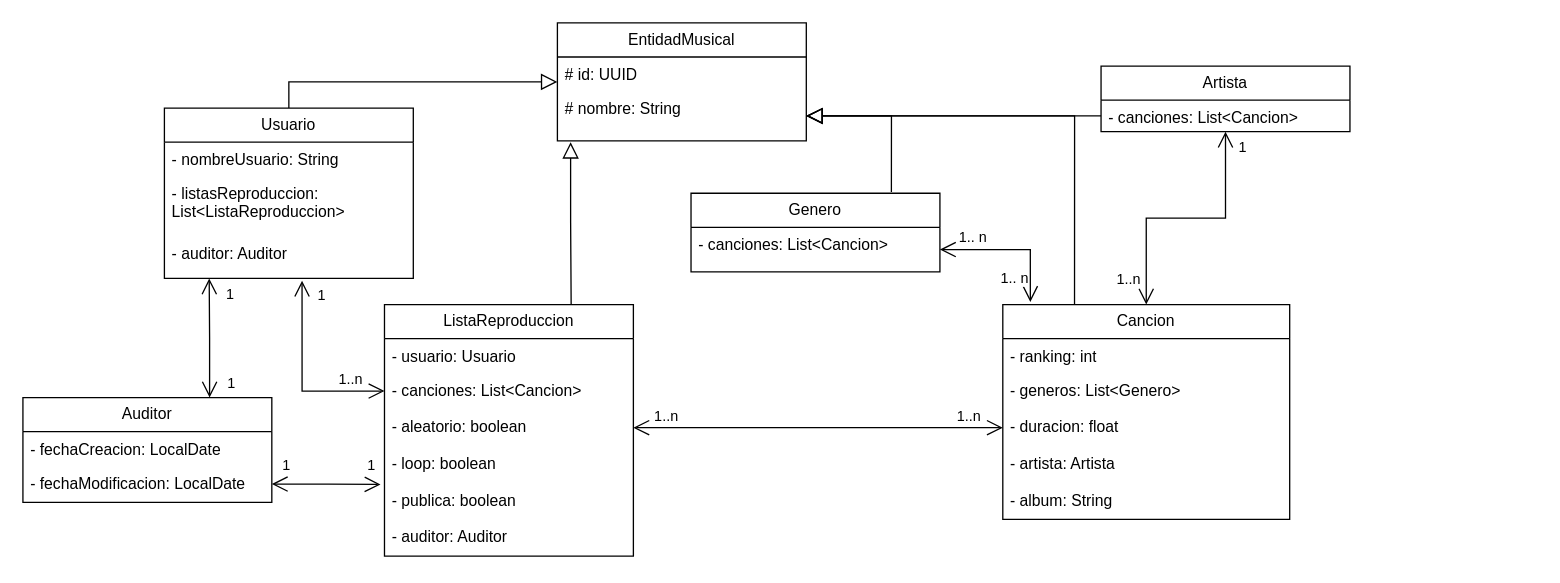
Above: TP INTEGRADOR B.drawio in sirnas1983/TPI-B-JAVA-Informatorio (draw.io), before the change. Source tidied: cells renumbered, new cells numbered last; positions are measured from the earlier drawing's top-left corner, leaving out a move shared by most shapes. Both pictures are drawn from the tidied source at 131%, with x=0, y=0 at pixel (22, 22).
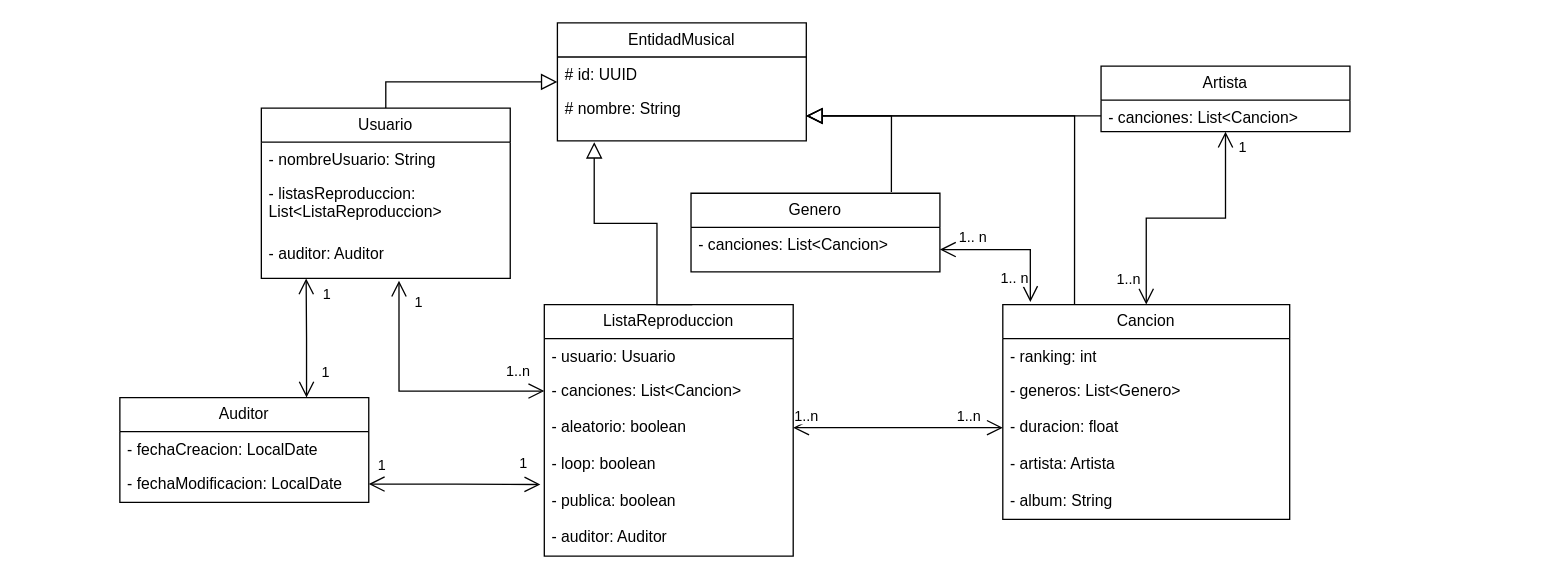
The same page after the edit.

The change refers to these unchanged cells:
```xml
<mxCell id="5" value="- auditor: Auditor" style="text;strokeColor=none;fillColor=none;align=left;verticalAlign=top;spacingLeft=4;spacingRight=4;overflow=hidden;points=[[0,0.5],[1,0.5]];portConstraint=eastwest;whiteSpace=wrap;html=1;" parent="2" vertex="1">
  <mxGeometry y="98" width="190" height="32" as="geometry" />
</mxCell>
<mxCell id="17" value="# nombre: String" style="text;strokeColor=none;fillColor=none;align=left;verticalAlign=top;spacingLeft=4;spacingRight=4;overflow=hidden;points=[[0,0.5],[1,0.5]];portConstraint=eastwest;whiteSpace=wrap;html=1;" parent="15" vertex="1">
  <mxGeometry y="52" width="190" height="38" as="geometry" />
</mxCell>
<mxCell id="25" value="- canciones: List&amp;lt;Cancion&amp;gt;" style="text;strokeColor=none;fillColor=none;align=left;verticalAlign=top;spacingLeft=4;spacingRight=4;overflow=hidden;points=[[0,0.5],[1,0.5]];portConstraint=eastwest;whiteSpace=wrap;html=1;" parent="23" vertex="1">
  <mxGeometry y="52" width="190" height="28" as="geometry" />
</mxCell>
```

What changed in the source:
```diff
@@
     <mxCell id="2" value="Usuario" style="swimlane;fontStyle=0;horizontal=1;startSize=26;fillColor=none;whiteSpace=wrap;html=1;" parent="1" vertex="1">
-      <mxGeometry x="108" y="65" width="190" height="130" as="geometry" />
+      <mxGeometry x="182" y="65" width="190" height="130" as="geometry" />
     </mxCell>
@@
-    <mxCell id="14" style="edgeStyle=orthogonalEdgeStyle;rounded=0;jettySize=auto;html=1;entryX=0.75;entryY=0;entryDx=0;entryDy=0;startArrow=block;startFill=0;startSize=10;endArrow=none;endFill=0;exitX=0.053;exitY=1.026;exitDx=0;exitDy=0;exitPerimeter=0;" parent="1" edge="1" source="17" target="23">
-      <mxGeometry relative="1" as="geometry" />
+    <mxCell id="14" style="edgeStyle=orthogonalEdgeStyle;rounded=0;orthogonalLoop=1;jettySize=auto;html=1;entryX=0.5;entryY=0;entryDx=0;entryDy=0;startArrow=block;startFill=0;startSize=10;endArrow=none;endFill=0;exitX=0.053;exitY=1.026;exitDx=0;exitDy=0;exitPerimeter=0;" parent="1" edge="1">
+      <mxGeometry relative="1" as="geometry">
+        <mxPoint x="436.1" y="91" as="sourcePoint" />
+        <mxPoint x="511" y="215" as="targetPoint" />
+        <Array as="points">
+          <mxPoint x="436" y="153" />
+          <mxPoint x="484" y="153" />
+          <mxPoint x="484" y="215" />
+        </Array>
+      </mxGeometry>
     </mxCell>
@@
     <mxCell id="23" value="ListaReproduccion" style="swimlane;fontStyle=0;horizontal=1;startSize=26;fillColor=none;whiteSpace=wrap;html=1;" parent="1" vertex="1">
-      <mxGeometry x="276" y="215" width="190" height="192" as="geometry" />
+      <mxGeometry x="398" y="215" width="190" height="192" as="geometry" />
     </mxCell>
@@
     <mxCell id="40" style="edgeStyle=orthogonalEdgeStyle;rounded=0;jettySize=auto;html=1;exitX=0;exitY=0.5;exitDx=0;exitDy=0;entryX=0.553;entryY=1.054;entryDx=0;entryDy=0;entryPerimeter=0;endArrow=open;endFill=0;startArrow=open;startFill=0;endSize=10;startSize=10;" parent="1" edge="1" source="25" target="5">
       <mxGeometry relative="1" as="geometry">
         <Array as="points">
-          <mxPoint x="213" y="281" />
+          <mxPoint x="287" y="281" />
         </Array>
       </mxGeometry>
     </mxCell>
@@
     <mxCell id="42" value="1..n" style="edgeLabel;html=1;align=center;verticalAlign=middle;" parent="1" vertex="1">
-      <mxGeometry x="231" y="190" as="geometry">
+      <mxGeometry x="359" y="184" as="geometry">
         <mxPoint x="18" y="81" as="offset" />
       </mxGeometry>
     </mxCell>
@@
     <mxCell id="45" value="Auditor" style="swimlane;fontStyle=0;horizontal=1;startSize=26;fillColor=none;whiteSpace=wrap;html=1;" parent="1" vertex="1">
-      <mxGeometry y="286" width="190" height="80" as="geometry" />
+      <mxGeometry x="74" y="286" width="190" height="80" as="geometry" />
     </mxCell>
@@
     <mxCell id="49" value="1" style="edgeLabel;html=1;align=center;verticalAlign=middle;" parent="1" vertex="1">
-      <mxGeometry x="162.2" y="276.2" as="geometry">
+      <mxGeometry x="234.2" y="268.2" as="geometry">
         <mxPoint x="-4" y="-2" as="offset" />
       </mxGeometry>
     </mxCell>
     <mxCell id="50" value="1" style="edgeLabel;html=1;align=center;verticalAlign=middle;" parent="1" vertex="1">
-      <mxGeometry x="204.2" y="339.2" as="geometry">
+      <mxGeometry x="277.2" y="339.2" as="geometry">
         <mxPoint x="-4" y="-2" as="offset" />
       </mxGeometry>
     </mxCell>
     <mxCell id="51" value="1" style="edgeLabel;html=1;align=center;verticalAlign=middle;" parent="1" vertex="1">
-      <mxGeometry x="269.2" y="339.2" as="geometry">
+      <mxGeometry x="385.2" y="337.2" as="geometry">
         <mxPoint x="-4" y="-2" as="offset" />
       </mxGeometry>
     </mxCell>
```
